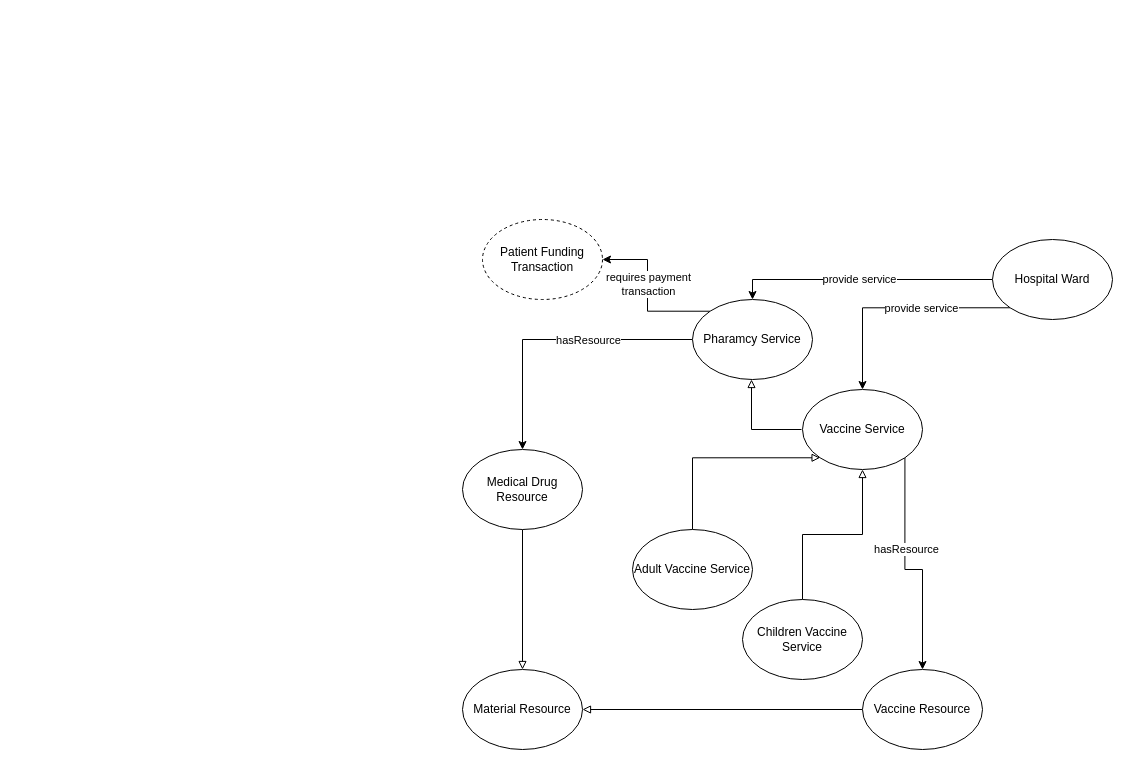
Earlier version of the draw.io diagram page "Services" (4 of 6) of UPdate_ontology_Diagram_3.1.drawio (irhamniali/OGD_health). Source tidied: cells renumbered, new cells numbered last; positions are measured from the earlier drawing's top-left corner, leaving out a move shared by most shapes. Both pictures are drawn from the tidied source at 100%, with x=0, y=0 at pixel (462, 219).
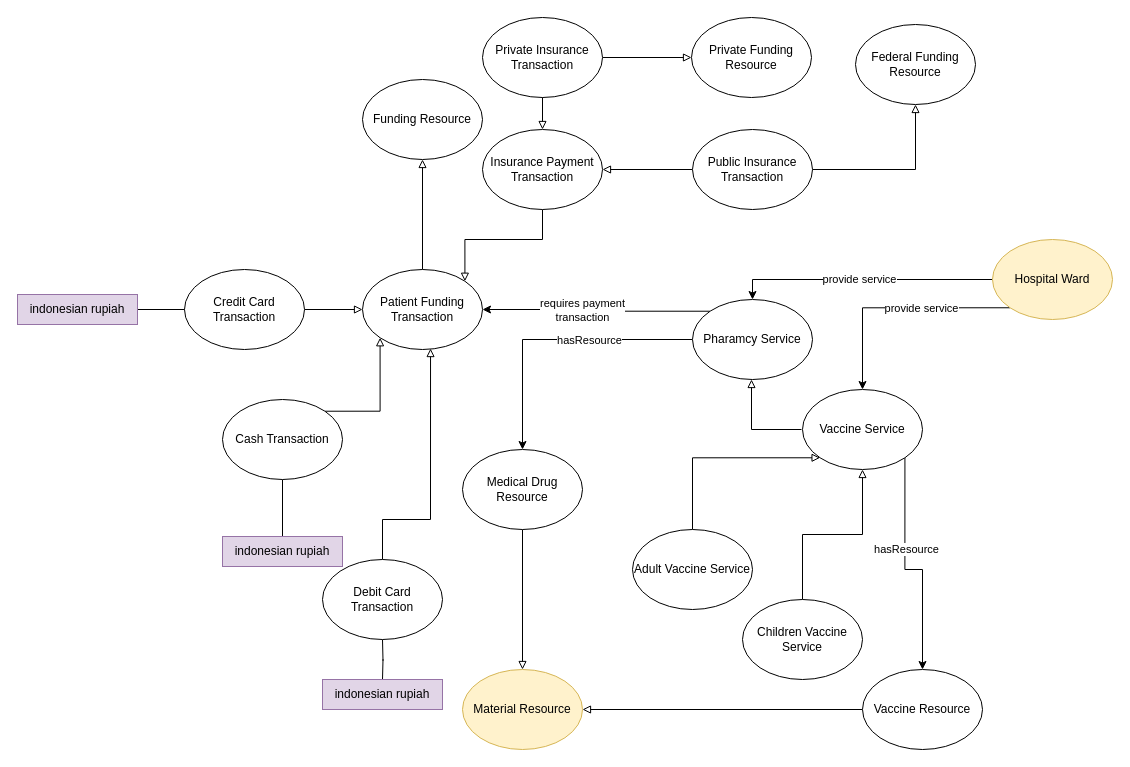
The same page after the edit.

Change to the diagram source:
```diff
@@
-    <mxCell id="6" value="Hospital Ward" style="ellipse;whiteSpace=wrap;html=1;" parent="1" vertex="1">
+    <mxCell id="6" value="Hospital Ward" style="ellipse;whiteSpace=wrap;html=1;fillColor=#fff2cc;strokeColor=#d6b656;" parent="1" vertex="1">
       <mxGeometry x="530" y="20" width="120" height="80" as="geometry" />
     </mxCell>
@@
-    <mxCell id="20" value="Patient Funding Transaction" style="ellipse;whiteSpace=wrap;html=1;dashed=1;" parent="1" vertex="1">
-      <mxGeometry x="20" width="120" height="80" as="geometry" />
-    </mxCell>
@@
-    <mxCell id="23" value="Material Resource" style="ellipse;whiteSpace=wrap;html=1;" parent="1" vertex="1">
+    <mxCell id="23" value="Material Resource" style="ellipse;whiteSpace=wrap;html=1;fillColor=#fff2cc;strokeColor=#d6b656;" parent="1" vertex="1">
       <mxGeometry y="450" width="120" height="80" as="geometry" />
     </mxCell>
@@
+    <mxCell id="26" style="edgeStyle=orthogonalEdgeStyle;rounded=0;jettySize=auto;html=1;exitX=0.5;exitY=0;exitDx=0;exitDy=0;entryX=0.5;entryY=1;entryDx=0;entryDy=0;endArrow=block;endFill=0;" parent="1" edge="1" source="20" target="27">
+      <mxGeometry relative="1" as="geometry" />
+    </mxCell>
+    <mxCell id="20" value="Patient Funding Transaction" style="ellipse;whiteSpace=wrap;html=1;" parent="1" vertex="1">
+      <mxGeometry x="-100" y="50" width="120" height="80" as="geometry" />
+    </mxCell>
+    <mxCell id="27" value="Funding Resource" style="ellipse;whiteSpace=wrap;html=1;" parent="1" vertex="1">
+      <mxGeometry x="-100" y="-140" width="120" height="80" as="geometry" />
+    </mxCell>
+    <mxCell id="28" style="edgeStyle=orthogonalEdgeStyle;rounded=0;jettySize=auto;html=1;exitX=1;exitY=0;exitDx=0;exitDy=0;entryX=0;entryY=1;entryDx=0;entryDy=0;endArrow=block;endFill=0;" parent="1" edge="1" source="30" target="20">
+      <mxGeometry relative="1" as="geometry" />
+    </mxCell>
+    <mxCell id="29" style="edgeStyle=orthogonalEdgeStyle;rounded=0;jettySize=auto;html=1;entryX=0.5;entryY=0;entryDx=0;entryDy=0;endArrow=none;endFill=0;" parent="1" edge="1" source="30" target="45">
+      <mxGeometry relative="1" as="geometry" />
+    </mxCell>
+    <mxCell id="30" value="Cash Transaction" style="ellipse;whiteSpace=wrap;html=1;" parent="1" vertex="1">
+      <mxGeometry x="-240" y="180" width="120" height="80" as="geometry" />
+    </mxCell>
+    <mxCell id="31" style="edgeStyle=orthogonalEdgeStyle;rounded=0;jettySize=auto;html=1;entryX=0;entryY=0.5;entryDx=0;entryDy=0;endArrow=block;endFill=0;" parent="1" edge="1" source="32" target="20">
+      <mxGeometry relative="1" as="geometry" />
+    </mxCell>
+    <mxCell id="32" value="Credit Card Transaction" style="ellipse;whiteSpace=wrap;html=1;" parent="1" vertex="1">
+      <mxGeometry x="-278" y="50" width="120" height="80" as="geometry" />
+    </mxCell>
+    <mxCell id="33" style="edgeStyle=orthogonalEdgeStyle;rounded=0;jettySize=auto;html=1;exitX=0.5;exitY=0;exitDx=0;exitDy=0;entryX=0.567;entryY=0.988;entryDx=0;entryDy=0;entryPerimeter=0;endArrow=block;endFill=0;" parent="1" edge="1" source="48" target="20">
+      <mxGeometry relative="1" as="geometry">
+        <Array as="points">
+          <mxPoint x="-80" y="300" />
+          <mxPoint x="-32" y="300" />
+        </Array>
+      </mxGeometry>
+    </mxCell>
+    <mxCell id="34" style="edgeStyle=orthogonalEdgeStyle;rounded=0;orthogonalLoop=1;jettySize=auto;html=1;entryX=0.5;entryY=0;entryDx=0;entryDy=0;endArrow=none;endFill=0;" parent="1" edge="1">
+      <mxGeometry relative="1" as="geometry">
+        <mxPoint x="-80" y="420" as="sourcePoint" />
+        <mxPoint x="-80" y="460" as="targetPoint" />
+      </mxGeometry>
+    </mxCell>
+    <mxCell id="35" style="edgeStyle=orthogonalEdgeStyle;rounded=0;jettySize=auto;html=1;entryX=1;entryY=0;entryDx=0;entryDy=0;endArrow=block;endFill=0;" parent="1" edge="1" source="36" target="20">
+      <mxGeometry relative="1" as="geometry" />
+    </mxCell>
+    <mxCell id="36" value="Insurance Payment Transaction" style="ellipse;whiteSpace=wrap;html=1;" parent="1" vertex="1">
+      <mxGeometry x="20" y="-90" width="120" height="80" as="geometry" />
+    </mxCell>
+    <mxCell id="37" style="edgeStyle=orthogonalEdgeStyle;rounded=0;jettySize=auto;html=1;entryX=0;entryY=0.5;entryDx=0;entryDy=0;endArrow=block;endFill=0;" parent="1" edge="1" source="39" target="43">
+      <mxGeometry relative="1" as="geometry" />
+    </mxCell>
+    <mxCell id="38" style="edgeStyle=orthogonalEdgeStyle;rounded=0;jettySize=auto;html=1;entryX=0.5;entryY=0;entryDx=0;entryDy=0;endArrow=block;endFill=0;exitX=0.5;exitY=1;exitDx=0;exitDy=0;" parent="1" edge="1" source="39" target="36">
+      <mxGeometry relative="1" as="geometry">
+        <Array as="points">
+          <mxPoint x="80" y="-140" />
+          <mxPoint x="80" y="-140" />
+        </Array>
+      </mxGeometry>
+    </mxCell>
+    <mxCell id="39" value="Private Insurance Transaction" style="ellipse;whiteSpace=wrap;html=1;" parent="1" vertex="1">
+      <mxGeometry x="20" y="-202" width="120" height="80" as="geometry" />
+    </mxCell>
+    <mxCell id="40" style="edgeStyle=orthogonalEdgeStyle;rounded=0;jettySize=auto;html=1;endArrow=block;endFill=0;" parent="1" edge="1" source="42" target="44">
+      <mxGeometry relative="1" as="geometry" />
+    </mxCell>
+    <mxCell id="41" style="edgeStyle=orthogonalEdgeStyle;rounded=0;jettySize=auto;html=1;entryX=1;entryY=0.5;entryDx=0;entryDy=0;endArrow=block;endFill=0;" parent="1" edge="1" source="42" target="36">
+      <mxGeometry relative="1" as="geometry" />
+    </mxCell>
+    <mxCell id="42" value="Public Insurance Transaction" style="ellipse;whiteSpace=wrap;html=1;" parent="1" vertex="1">
+      <mxGeometry x="230" y="-90" width="120" height="80" as="geometry" />
+    </mxCell>
+    <mxCell id="43" value="Private Funding Resource" style="ellipse;whiteSpace=wrap;html=1;" parent="1" vertex="1">
+      <mxGeometry x="229" y="-202" width="120" height="80" as="geometry" />
+    </mxCell>
+    <mxCell id="44" value="Federal Funding Resource" style="ellipse;whiteSpace=wrap;html=1;" parent="1" vertex="1">
+      <mxGeometry x="393" y="-195" width="120" height="80" as="geometry" />
+    </mxCell>
+    <mxCell id="45" value="indonesian rupiah" style="rounded=0;whiteSpace=wrap;html=1;fillColor=#e1d5e7;strokeColor=#9673a6;" parent="1" vertex="1">
+      <mxGeometry x="-240" y="317" width="120" height="30" as="geometry" />
+    </mxCell>
+    <mxCell id="46" style="edgeStyle=orthogonalEdgeStyle;rounded=0;jettySize=auto;html=1;entryX=0;entryY=0.5;entryDx=0;entryDy=0;endArrow=none;endFill=0;" parent="1" edge="1" source="47" target="32">
+      <mxGeometry relative="1" as="geometry" />
+    </mxCell>
+    <mxCell id="47" value="indonesian rupiah" style="rounded=0;whiteSpace=wrap;html=1;fillColor=#e1d5e7;strokeColor=#9673a6;" parent="1" vertex="1">
+      <mxGeometry x="-445" y="75" width="120" height="30" as="geometry" />
+    </mxCell>
+    <mxCell id="48" value="Debit Card Transaction" style="ellipse;whiteSpace=wrap;html=1;" parent="1" vertex="1">
+      <mxGeometry x="-140" y="340" width="120" height="80" as="geometry" />
+    </mxCell>
+    <mxCell id="49" value="indonesian rupiah" style="rounded=0;whiteSpace=wrap;html=1;fillColor=#e1d5e7;strokeColor=#9673a6;" parent="1" vertex="1">
+      <mxGeometry x="-140" y="460" width="120" height="30" as="geometry" />
+    </mxCell>
```
